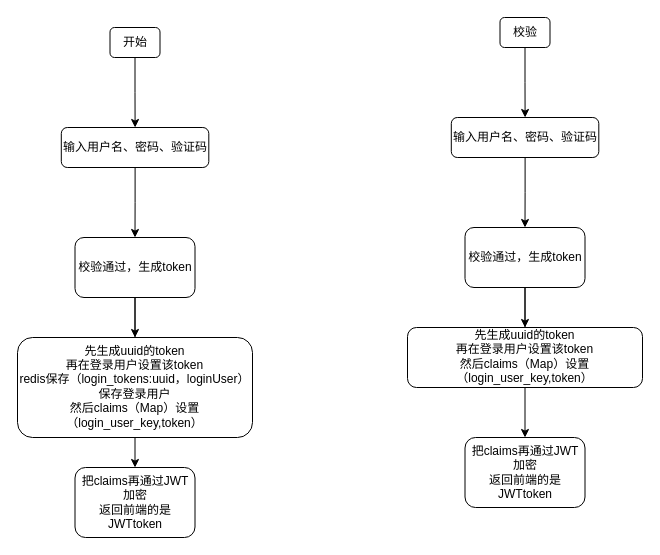
meijinwu/flow-chart keeps this draw.io diagram as login/ruoyi-vue-login.drawio. Above is the earlier version. Source tidied: cells renumbered, new cells numbered last; positions are measured from the earlier drawing's top-left corner, leaving out a move shared by most shapes. Both pictures are drawn from the tidied source at 100%, with x=0, y=0 at pixel (17, 17).
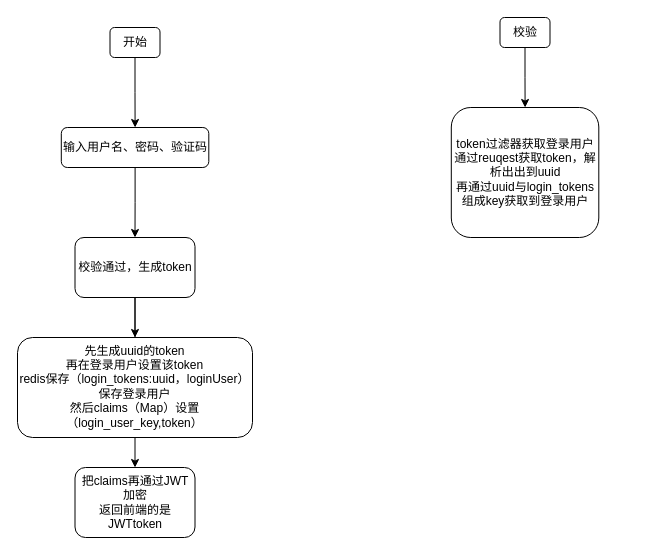
The same page after the edit.

What changed in the source:
```diff
@@
 <mxGraphModel>
   <root>
     <mxCell id="0" />
     <mxCell id="1" parent="0" />
     <mxCell id="2" style="edgeStyle=orthogonalEdgeStyle;rounded=0;jettySize=auto;html=1;" parent="1" edge="1" source="3" target="5">
       <mxGeometry relative="1" as="geometry" />
     </mxCell>
     <mxCell id="3" value="开始" style="rounded=1;whiteSpace=wrap;html=1;" parent="1" vertex="1">
       <mxGeometry x="92.5" y="10" width="50" height="30" as="geometry" />
     </mxCell>
     <mxCell id="4" style="edgeStyle=orthogonalEdgeStyle;rounded=0;jettySize=auto;html=1;" parent="1" edge="1" source="5" target="8">
       <mxGeometry relative="1" as="geometry" />
     </mxCell>
     <mxCell id="5" value="输入用户名、密码、验证码" style="whiteSpace=wrap;html=1;rounded=1;" parent="1" vertex="1">
       <mxGeometry x="43.8" y="110" width="147.5" height="40" as="geometry" />
     </mxCell>
     <mxCell id="6" style="edgeStyle=orthogonalEdgeStyle;rounded=0;jettySize=auto;html=1;" parent="1" edge="1" source="8" target="9">
       <mxGeometry relative="1" as="geometry" />
     </mxCell>
     <mxCell id="7" style="edgeStyle=orthogonalEdgeStyle;rounded=0;jettySize=auto;html=1;" parent="1" edge="1" source="8" target="10">
       <mxGeometry relative="1" as="geometry" />
     </mxCell>
     <mxCell id="8" value="校验通过，生成token" style="whiteSpace=wrap;html=1;rounded=1;" parent="1" vertex="1">
       <mxGeometry x="57.5" y="220" width="120" height="60" as="geometry" />
     </mxCell>
     <mxCell id="9" value="把claims再通过JWT加密&lt;br&gt;返回前端的是JWTtoken" style="whiteSpace=wrap;html=1;rounded=1;" parent="1" vertex="1">
       <mxGeometry x="57.5" y="450" width="120" height="70" as="geometry" />
     </mxCell>
     <mxCell id="10" value="先生成uuid的token&lt;br&gt;再在登录用户设置该token&lt;br&gt;redis保存（login_tokens:uuid，loginUser）保存登录用户&lt;br&gt;然后claims（Map）设置（login_user_key,token）&lt;font face=&quot;JetBrains Mono, monospace&quot; color=&quot;#a9b7c6&quot;&gt;&lt;span style=&quot;font-size: 13.0667px; background-color: rgb(43, 43, 43);&quot;&gt;&lt;br&gt;&lt;/span&gt;&lt;/font&gt;" style="whiteSpace=wrap;html=1;rounded=1;" parent="1" vertex="1">
       <mxGeometry y="320" width="235" height="100" as="geometry" />
     </mxCell>
     <mxCell id="11" style="edgeStyle=orthogonalEdgeStyle;rounded=0;jettySize=auto;html=1;" parent="1" edge="1" source="12" target="14">
       <mxGeometry relative="1" as="geometry" />
     </mxCell>
     <mxCell id="12" value="校验" style="rounded=1;whiteSpace=wrap;html=1;" parent="1" vertex="1">
       <mxGeometry x="482.5" width="50" height="30" as="geometry" />
     </mxCell>
-    <mxCell id="13" style="edgeStyle=orthogonalEdgeStyle;rounded=0;jettySize=auto;html=1;" parent="1" edge="1" source="14" target="17">
-      <mxGeometry relative="1" as="geometry" />
-    </mxCell>
-    <mxCell id="14" value="输入用户名、密码、验证码" style="whiteSpace=wrap;html=1;rounded=1;" parent="1" vertex="1">
-      <mxGeometry x="433.8" y="100" width="147.5" height="40" as="geometry" />
+    <mxCell id="14" value="token过滤器获取登录用户&lt;br&gt;通过reuqest获取token，解析出出到uuid&lt;br&gt;再通过uuid与login_tokens组成key获取到登录用户" style="whiteSpace=wrap;html=1;rounded=1;" parent="1" vertex="1">
+      <mxGeometry x="433.8" y="90" width="147.5" height="130" as="geometry" />
     </mxCell>
-    <mxCell id="15" style="edgeStyle=orthogonalEdgeStyle;rounded=0;jettySize=auto;html=1;" parent="1" edge="1" source="17" target="18">
-      <mxGeometry relative="1" as="geometry" />
+    <mxCell id="15" style="edgeStyle=orthogonalEdgeStyle;rounded=0;orthogonalLoop=1;jettySize=auto;html=1;" parent="1" edge="1">
+      <mxGeometry relative="1" as="geometry">
+        <mxPoint x="507.5" y="360" as="sourcePoint" />
+      </mxGeometry>
     </mxCell>
-    <mxCell id="16" style="edgeStyle=orthogonalEdgeStyle;rounded=0;jettySize=auto;html=1;" parent="1" edge="1" source="17" target="19">
-      <mxGeometry relative="1" as="geometry" />
-    </mxCell>
-    <mxCell id="17" value="校验通过，生成token" style="whiteSpace=wrap;html=1;rounded=1;" parent="1" vertex="1">
-      <mxGeometry x="447.5" y="210" width="120" height="60" as="geometry" />
-    </mxCell>
-    <mxCell id="18" value="把claims再通过JWT加密&lt;br&gt;返回前端的是JWTtoken" style="whiteSpace=wrap;html=1;rounded=1;" parent="1" vertex="1">
-      <mxGeometry x="447.5" y="420" width="120" height="70" as="geometry" />
-    </mxCell>
-    <mxCell id="19" value="先生成uuid的token&lt;br&gt;再在登录用户设置该token&lt;br&gt;然后claims（Map）设置（login_user_key,token）&lt;font face=&quot;JetBrains Mono, monospace&quot; color=&quot;#a9b7c6&quot;&gt;&lt;span style=&quot;font-size: 13.0667px; background-color: rgb(43, 43, 43);&quot;&gt;&lt;br&gt;&lt;/span&gt;&lt;/font&gt;" style="whiteSpace=wrap;html=1;rounded=1;" parent="1" vertex="1">
-      <mxGeometry x="390" y="310" width="235" height="60" as="geometry" />
-    </mxCell>
   </root>
 </mxGraphModel>
```
